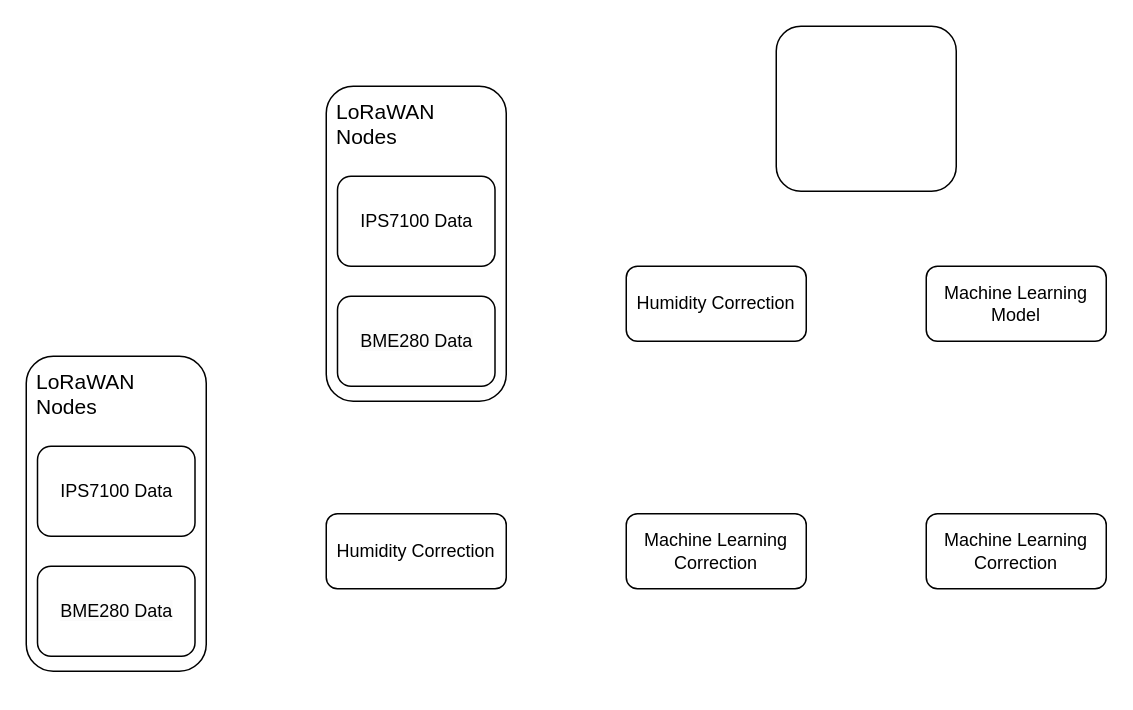
mi3nts/LoRaWANNodes keeps this draw.io diagram as resources/mlPipeline.drawio. Above is the earlier version. Source tidied: cells renumbered, new cells numbered last; positions are measured from the earlier drawing's top-left corner, leaving out a move shared by most shapes. Both pictures are drawn from the tidied source at 150%, with x=0, y=0 at pixel (26, 26).
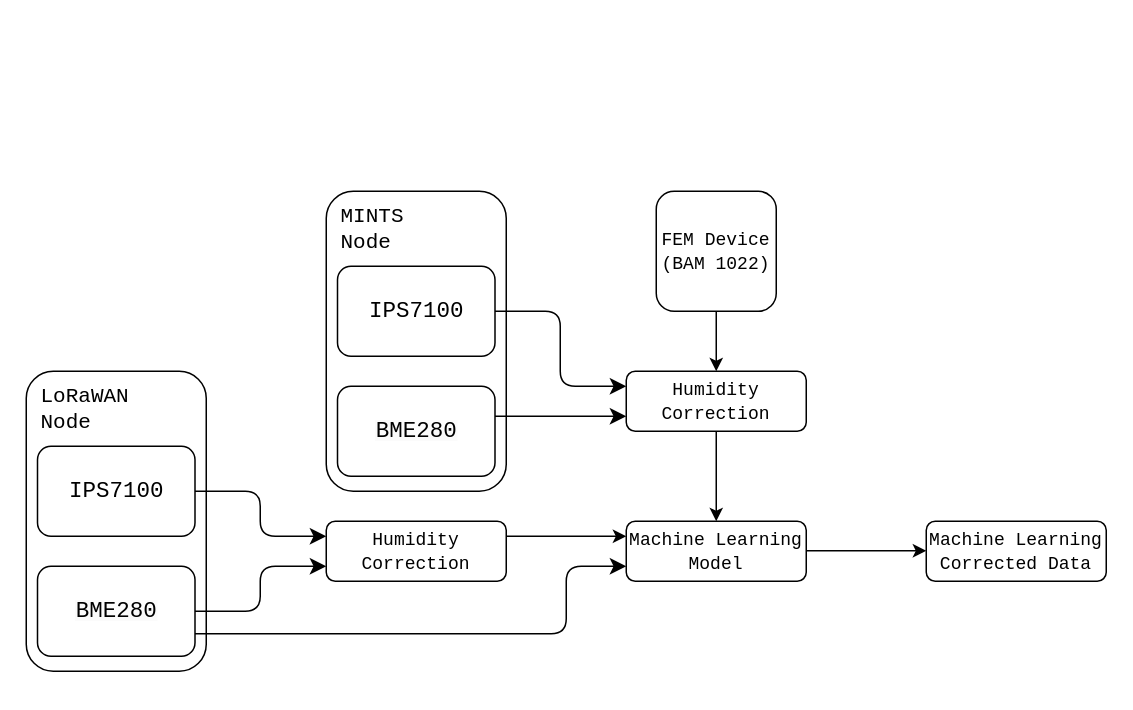
Above is the later version.

The edit, as a diff of the source:
```diff
@@
     <mxCell id="2" style="rounded=1;whiteSpace=wrap;html=1;" parent="1" vertex="1">
-      <mxGeometry y="220" width="120" height="210" as="geometry" />
+      <mxGeometry y="230" width="120" height="200" as="geometry" />
     </mxCell>
-    <mxCell id="3" value="IPS7100 Data" style="rounded=1;whiteSpace=wrap;html=1;" parent="1" vertex="1">
+    <mxCell id="3" value="&lt;font style=&quot;font-size: 15px;&quot; face=&quot;Courier New&quot;&gt;IPS7100&lt;/font&gt;" style="rounded=1;whiteSpace=wrap;html=1;" parent="1" vertex="1">
       <mxGeometry x="7.5" y="280" width="105" height="60" as="geometry" />
     </mxCell>
-    <mxCell id="4" value="&lt;span style=&quot;color: rgb(0, 0, 0); font-family: Helvetica; font-size: 12px; font-style: normal; font-variant-ligatures: normal; font-variant-caps: normal; font-weight: 400; letter-spacing: normal; orphans: 2; text-align: center; text-indent: 0px; text-transform: none; widows: 2; word-spacing: 0px; -webkit-text-stroke-width: 0px; white-space: normal; background-color: rgb(251, 251, 251); text-decoration-thickness: initial; text-decoration-style: initial; text-decoration-color: initial; display: inline !important; float: none;&quot;&gt;BME280 Data&lt;/span&gt;" style="rounded=1;whiteSpace=wrap;html=1;" parent="1" vertex="1">
+    <mxCell id="4" value="&lt;span style=&quot;color: rgb(0, 0, 0); font-style: normal; font-variant-ligatures: normal; font-variant-caps: normal; font-weight: 400; letter-spacing: normal; orphans: 2; text-align: center; text-indent: 0px; text-transform: none; widows: 2; word-spacing: 0px; -webkit-text-stroke-width: 0px; white-space: normal; background-color: rgb(251, 251, 251); text-decoration-thickness: initial; text-decoration-style: initial; text-decoration-color: initial; float: none; display: inline !important;&quot;&gt;&lt;font style=&quot;font-size: 15px;&quot; face=&quot;Courier New&quot;&gt;BME280&lt;/font&gt;&lt;/span&gt;" style="rounded=1;whiteSpace=wrap;html=1;" parent="1" vertex="1">
       <mxGeometry x="7.5" y="360" width="105" height="60" as="geometry" />
     </mxCell>
@@
-    <mxCell id="6" value="&lt;font style=&quot;font-size: 14px;&quot;&gt;LoRaWAN Nodes&lt;/font&gt;" style="text;html=1;align=left;verticalAlign=middle;whiteSpace=wrap;rounded=0;" parent="1" vertex="1">
-      <mxGeometry x="5" y="230" width="80" height="30" as="geometry" />
+    <mxCell id="6" value="&lt;font face=&quot;Courier New&quot; style=&quot;font-size: 14px;&quot;&gt;LoRaWAN Node&lt;/font&gt;" style="text;html=1;align=left;verticalAlign=middle;whiteSpace=wrap;rounded=0;" parent="1" vertex="1">
+      <mxGeometry x="7.5" y="240" width="80" height="30" as="geometry" />
     </mxCell>
-    <mxCell id="7" value="Humidity Correction" style="rounded=1;whiteSpace=wrap;html=1;" parent="1" vertex="1">
-      <mxGeometry x="200" y="325" width="120" height="50" as="geometry" />
+    <mxCell id="7" value="&lt;font face=&quot;Courier New&quot;&gt;Humidity Correction&lt;/font&gt;" style="rounded=1;whiteSpace=wrap;html=1;" parent="1" vertex="1">
+      <mxGeometry x="200" y="330" width="120" height="40" as="geometry" />
     </mxCell>
-    <mxCell id="8" value="Machine Learning Correction" style="rounded=1;whiteSpace=wrap;html=1;" parent="1" vertex="1">
-      <mxGeometry x="400" y="325" width="120" height="50" as="geometry" />
-    </mxCell>
@@
-    <mxCell id="10" value="Machine Learning Correction" style="rounded=1;whiteSpace=wrap;html=1;" parent="1" vertex="1">
-      <mxGeometry x="600" y="325" width="120" height="50" as="geometry" />
+    <mxCell id="10" value="&lt;font face=&quot;Courier New&quot;&gt;Machine Learning Corrected Data&lt;/font&gt;" style="rounded=1;whiteSpace=wrap;html=1;" parent="1" vertex="1">
+      <mxGeometry x="600" y="330" width="120" height="40" as="geometry" />
     </mxCell>
     <mxCell id="11" style="rounded=1;whiteSpace=wrap;html=1;" parent="1" vertex="1">
-      <mxGeometry x="200" y="40" width="120" height="210" as="geometry" />
+      <mxGeometry x="200" y="110" width="120" height="200" as="geometry" />
     </mxCell>
-    <mxCell id="12" value="IPS7100 Data" style="rounded=1;whiteSpace=wrap;html=1;" parent="1" vertex="1">
-      <mxGeometry x="207.5" y="100" width="105" height="60" as="geometry" />
+    <mxCell id="12" value="&lt;font style=&quot;font-size: 15px;&quot; face=&quot;Courier New&quot;&gt;IPS7100&lt;/font&gt;" style="rounded=1;whiteSpace=wrap;html=1;" parent="1" vertex="1">
+      <mxGeometry x="207.5" y="160" width="105" height="60" as="geometry" />
     </mxCell>
-    <mxCell id="13" value="&lt;span style=&quot;color: rgb(0, 0, 0); font-family: Helvetica; font-size: 12px; font-style: normal; font-variant-ligatures: normal; font-variant-caps: normal; font-weight: 400; letter-spacing: normal; orphans: 2; text-align: center; text-indent: 0px; text-transform: none; widows: 2; word-spacing: 0px; -webkit-text-stroke-width: 0px; white-space: normal; background-color: rgb(251, 251, 251); text-decoration-thickness: initial; text-decoration-style: initial; text-decoration-color: initial; display: inline !important; float: none;&quot;&gt;BME280 Data&lt;/span&gt;" style="rounded=1;whiteSpace=wrap;html=1;" parent="1" vertex="1">
-      <mxGeometry x="207.5" y="180" width="105" height="60" as="geometry" />
+    <mxCell id="13" value="&lt;span style=&quot;color: rgb(0, 0, 0); font-style: normal; font-variant-ligatures: normal; font-variant-caps: normal; font-weight: 400; letter-spacing: normal; orphans: 2; text-align: center; text-indent: 0px; text-transform: none; widows: 2; word-spacing: 0px; -webkit-text-stroke-width: 0px; white-space: normal; background-color: rgb(251, 251, 251); text-decoration-thickness: initial; text-decoration-style: initial; text-decoration-color: initial; float: none; display: inline !important;&quot;&gt;&lt;font style=&quot;font-size: 15px;&quot; face=&quot;Courier New&quot;&gt;BME280&lt;/font&gt;&lt;/span&gt;" style="rounded=1;whiteSpace=wrap;html=1;" parent="1" vertex="1">
+      <mxGeometry x="207.5" y="240" width="105" height="60" as="geometry" />
     </mxCell>
@@
-    <mxCell id="15" value="&lt;font style=&quot;font-size: 14px;&quot;&gt;LoRaWAN Nodes&lt;/font&gt;" style="text;html=1;align=left;verticalAlign=middle;whiteSpace=wrap;rounded=0;" parent="1" vertex="1">
-      <mxGeometry x="205" y="50" width="85" height="30" as="geometry" />
+    <mxCell id="15" value="&lt;font face=&quot;Courier New&quot; style=&quot;font-size: 14px;&quot;&gt;MINTS Node&lt;/font&gt;" style="text;html=1;align=left;verticalAlign=middle;whiteSpace=wrap;rounded=0;" parent="1" vertex="1">
+      <mxGeometry x="207.5" y="120" width="85" height="30" as="geometry" />
     </mxCell>
-    <mxCell id="16" value="Humidity Correction" style="rounded=1;whiteSpace=wrap;html=1;" parent="1" vertex="1">
-      <mxGeometry x="400" y="160" width="120" height="50" as="geometry" />
+    <mxCell id="16" value="&lt;font face=&quot;Courier New&quot;&gt;Humidity Correction&lt;/font&gt;" style="rounded=1;whiteSpace=wrap;html=1;" parent="1" vertex="1">
+      <mxGeometry x="400" y="230" width="120" height="40" as="geometry" />
     </mxCell>
-    <mxCell id="17" value="Machine Learning Model" style="rounded=1;whiteSpace=wrap;html=1;" parent="1" vertex="1">
-      <mxGeometry x="600" y="160" width="120" height="50" as="geometry" />
+    <mxCell id="17" value="&lt;font face=&quot;Courier New&quot;&gt;Machine Learning Model&lt;/font&gt;" style="rounded=1;whiteSpace=wrap;html=1;" parent="1" vertex="1">
+      <mxGeometry x="400" y="330" width="120" height="40" as="geometry" />
     </mxCell>
-    <mxCell id="18" style="rounded=1;whiteSpace=wrap;html=1;" parent="1" vertex="1">
-      <mxGeometry x="500" width="120" height="110" as="geometry" />
+    <mxCell id="18" value="&lt;font face=&quot;Courier New&quot;&gt;FEM Device&lt;/font&gt;&lt;div&gt;&lt;font face=&quot;Courier New&quot;&gt;(BAM 1022)&lt;/font&gt;&lt;/div&gt;" style="rounded=1;whiteSpace=wrap;html=1;" parent="1" vertex="1">
+      <mxGeometry x="420" y="110" width="80" height="80" as="geometry" />
     </mxCell>
+    <mxCell id="19" style="edgeStyle=elbowEdgeStyle;elbow=horizontal;endArrow=classic;html=1;curved=0;rounded=1;endSize=8;startSize=8;exitX=1;exitY=0.5;exitDx=0;exitDy=0;entryX=0;entryY=0.25;entryDx=0;entryDy=0;" parent="1" edge="1" source="3" target="7">
+      <mxGeometry relative="1" as="geometry" />
+    </mxCell>
+    <mxCell id="20" style="edgeStyle=elbowEdgeStyle;elbow=horizontal;endArrow=classic;html=1;curved=0;rounded=1;endSize=8;startSize=8;exitX=1;exitY=0.5;exitDx=0;exitDy=0;" parent="1" edge="1" source="4">
+      <mxGeometry relative="1" as="geometry">
+        <mxPoint x="200" y="360" as="targetPoint" />
+      </mxGeometry>
+    </mxCell>
+    <mxCell id="21" style="endArrow=classic;html=1;rounded=0;exitX=1;exitY=0.25;exitDx=0;exitDy=0;entryX=0;entryY=0.25;entryDx=0;entryDy=0;" parent="1" edge="1" source="7" target="17">
+      <mxGeometry relative="1" as="geometry" />
+    </mxCell>
+    <mxCell id="22" style="endArrow=classic;html=1;rounded=0;exitX=1;exitY=0.5;exitDx=0;exitDy=0;entryX=0;entryY=0.5;entryDx=0;entryDy=0;" parent="1" edge="1">
+      <mxGeometry relative="1" as="geometry">
+        <mxPoint x="520" y="349.7" as="sourcePoint" />
+        <mxPoint x="600" y="349.7" as="targetPoint" />
+      </mxGeometry>
+    </mxCell>
+    <mxCell id="23" style="edgeStyle=elbowEdgeStyle;elbow=horizontal;endArrow=classic;html=1;curved=0;rounded=1;endSize=8;startSize=8;exitX=1;exitY=0.5;exitDx=0;exitDy=0;entryX=0;entryY=0.25;entryDx=0;entryDy=0;" parent="1" edge="1" source="12" target="16">
+      <mxGeometry relative="1" as="geometry" />
+    </mxCell>
+    <mxCell id="24" style="edgeStyle=elbowEdgeStyle;elbow=horizontal;endArrow=classic;html=1;curved=0;rounded=1;endSize=8;startSize=8;exitX=1;exitY=0.5;exitDx=0;exitDy=0;entryX=0;entryY=0.75;entryDx=0;entryDy=0;" parent="1" edge="1" target="16">
+      <mxGeometry relative="1" as="geometry">
+        <mxPoint x="312.5" y="260" as="sourcePoint" />
+      </mxGeometry>
+    </mxCell>
+    <mxCell id="25" style="endArrow=classic;html=1;rounded=0;exitX=0.5;exitY=1;exitDx=0;exitDy=0;entryX=0.5;entryY=0;entryDx=0;entryDy=0;" parent="1" edge="1" source="18" target="16">
+      <mxGeometry relative="1" as="geometry" />
+    </mxCell>
+    <mxCell id="26" style="endArrow=classic;html=1;rounded=0;exitX=0.5;exitY=1;exitDx=0;exitDy=0;entryX=0.5;entryY=0;entryDx=0;entryDy=0;" parent="1" edge="1" source="16" target="17">
+      <mxGeometry relative="1" as="geometry" />
+    </mxCell>
+    <mxCell id="27" style="edgeStyle=elbowEdgeStyle;elbow=horizontal;endArrow=classic;html=1;curved=0;rounded=1;endSize=8;startSize=8;exitX=1;exitY=0.75;exitDx=0;exitDy=0;entryX=0;entryY=0.75;entryDx=0;entryDy=0;" parent="1" edge="1" source="4" target="17">
+      <mxGeometry relative="1" as="geometry">
+        <Array as="points">
+          <mxPoint x="360" y="390" />
+        </Array>
+      </mxGeometry>
+    </mxCell>
```
